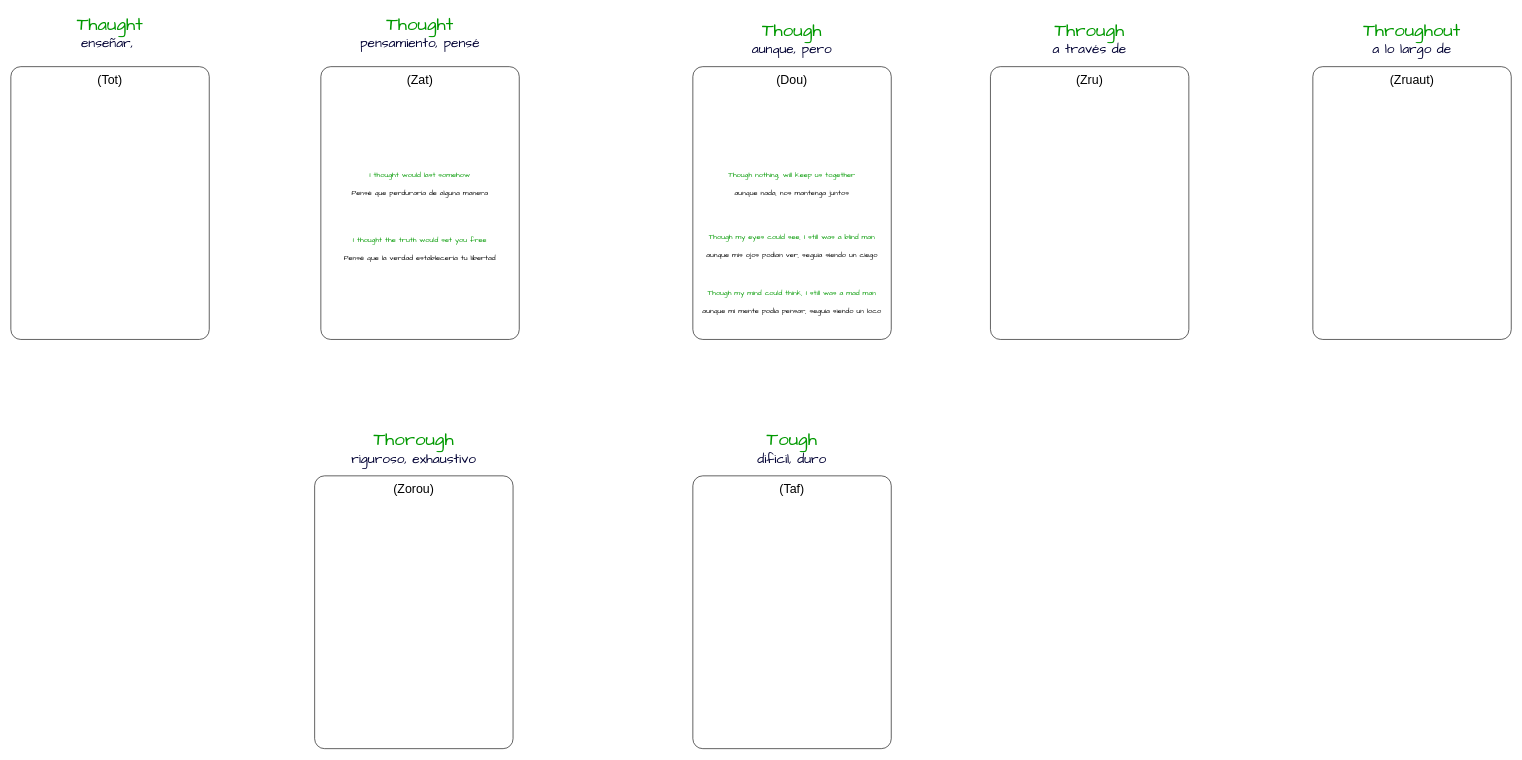
The draw.io diagram Tough Thought Though Through Throughout.drawio in FrancoJavierGadea/Ingles, before the edit. Source tidied: cells renumbered, new cells numbered last; positions are measured from the earlier drawing's top-left corner, leaving out a move shared by most shapes. Both pictures are drawn from the tidied source at 62%, with x=0, y=0 at pixel (11, 11).
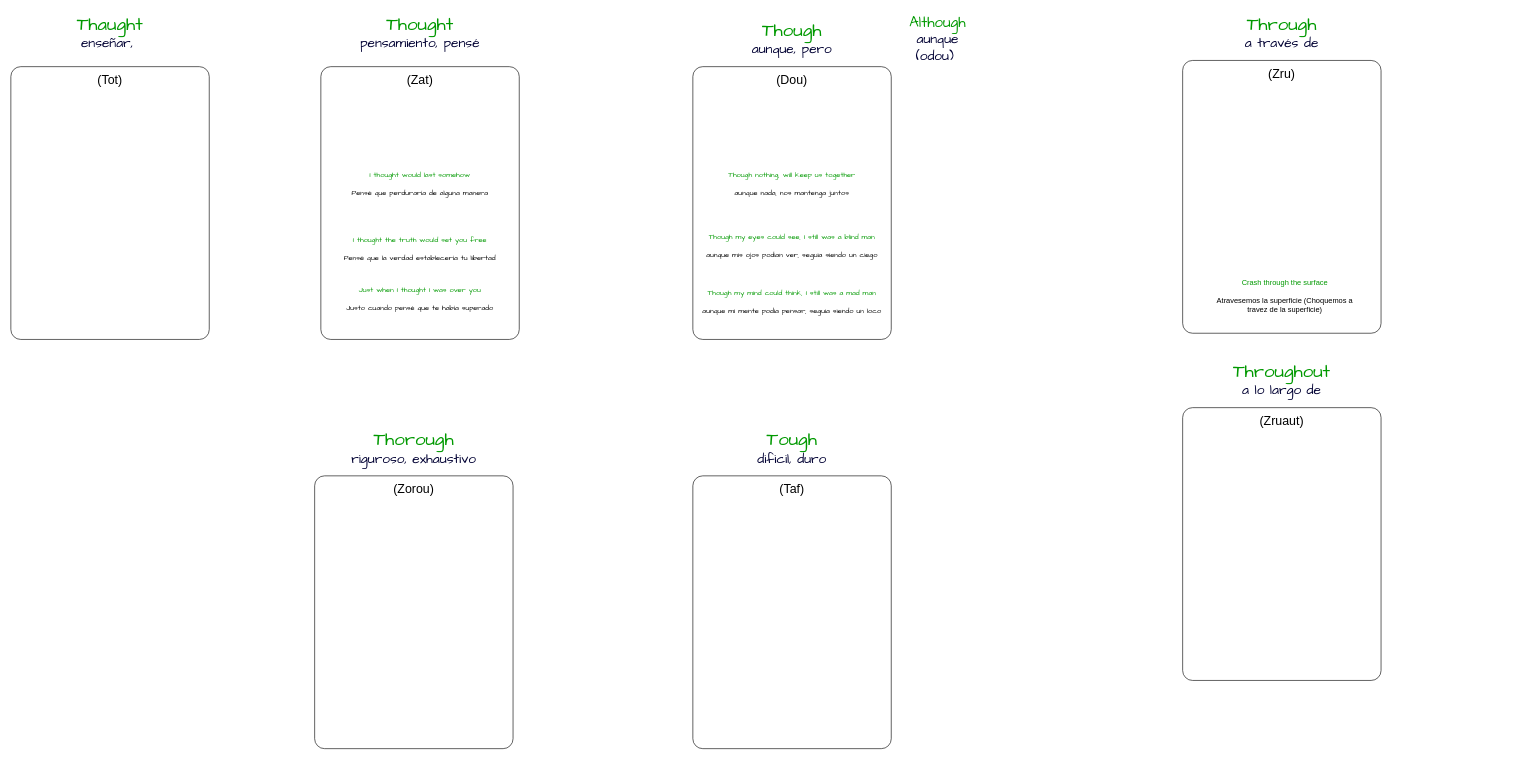
The same diagram, later.

Diff of the diagram source:
```diff
@@
     <mxCell id="8" style="rounded=1;whiteSpace=wrap;html=1;arcSize=5;" parent="1" vertex="1">
-      <mxGeometry x="1580" y="90" width="320" height="440" as="geometry" />
+      <mxGeometry x="1890" y="80" width="320" height="440" as="geometry" />
     </mxCell>
     <mxCell id="9" value="&lt;font face=&quot;Comic Sans MS&quot; style=&quot;&quot;&gt;&lt;font style=&quot;font-size: 30px;&quot; color=&quot;#009900&quot;&gt;Through&lt;/font&gt;&lt;br&gt;&lt;font color=&quot;#000033&quot;&gt;&lt;span style=&quot;font-size: 22px;&quot;&gt;a través&amp;nbsp;de&lt;/span&gt;&lt;/font&gt;&lt;br&gt;&lt;/font&gt;" style="text;html=1;strokeColor=none;fillColor=none;align=center;verticalAlign=middle;whiteSpace=wrap;rounded=0;" parent="1" vertex="1">
-      <mxGeometry x="1580" y="10" width="320" height="70" as="geometry" />
+      <mxGeometry x="1890" width="320" height="70" as="geometry" />
     </mxCell>
     <mxCell id="10" style="rounded=1;whiteSpace=wrap;html=1;arcSize=5;" parent="1" vertex="1">
-      <mxGeometry x="2100" y="90" width="320" height="440" as="geometry" />
+      <mxGeometry x="1890" y="640" width="320" height="440" as="geometry" />
     </mxCell>
     <mxCell id="11" value="&lt;font face=&quot;Comic Sans MS&quot; style=&quot;&quot;&gt;&lt;font style=&quot;font-size: 30px;&quot; color=&quot;#009900&quot;&gt;Throughout&lt;/font&gt;&lt;br&gt;&lt;font color=&quot;#000033&quot;&gt;&lt;span style=&quot;font-size: 22px;&quot;&gt;a lo largo de&lt;/span&gt;&lt;/font&gt;&lt;br&gt;&lt;/font&gt;" style="text;html=1;strokeColor=none;fillColor=none;align=center;verticalAlign=middle;whiteSpace=wrap;rounded=0;" parent="1" vertex="1">
-      <mxGeometry x="2100" y="10" width="320" height="70" as="geometry" />
+      <mxGeometry x="1890" y="560" width="320" height="70" as="geometry" />
     </mxCell>
@@
     <mxCell id="17" value="&lt;font style=&quot;font-size: 20px;&quot;&gt;(Zru)&lt;/font&gt;" style="text;html=1;strokeColor=none;fillColor=none;align=center;verticalAlign=middle;whiteSpace=wrap;rounded=0;" parent="1" vertex="1">
-      <mxGeometry x="1580" y="90" width="320" height="40" as="geometry" />
+      <mxGeometry x="1890" y="80" width="320" height="40" as="geometry" />
     </mxCell>
     <mxCell id="18" value="&lt;font style=&quot;font-size: 20px;&quot;&gt;(Zruaut)&lt;/font&gt;" style="text;html=1;strokeColor=none;fillColor=none;align=center;verticalAlign=middle;whiteSpace=wrap;rounded=0;" parent="1" vertex="1">
-      <mxGeometry x="2100" y="90" width="320" height="40" as="geometry" />
+      <mxGeometry x="1890" y="640" width="320" height="40" as="geometry" />
     </mxCell>
@@
+    <mxCell id="28" value="&lt;font color=&quot;#009900&quot;&gt;Crash through the surface&lt;br&gt;&lt;/font&gt;&lt;br&gt;Atravesemos la superficie (Choquemos a travez de la superficie)" style="text;html=1;strokeColor=none;fillColor=none;align=center;verticalAlign=middle;whiteSpace=wrap;rounded=0;" parent="1" vertex="1">
+      <mxGeometry x="1940" y="415" width="230" height="90" as="geometry" />
+    </mxCell>
+    <mxCell id="29" value="&lt;font face=&quot;Comic Sans MS&quot; style=&quot;&quot;&gt;&lt;font style=&quot;font-size: 24px;&quot; color=&quot;#009900&quot;&gt;Although&lt;/font&gt;&lt;br&gt;&lt;font style=&quot;font-size: 22px;&quot; color=&quot;#000033&quot;&gt;aunque&lt;br&gt;(odou)&amp;nbsp;&lt;/font&gt;&lt;br&gt;&lt;/font&gt;" style="text;html=1;strokeColor=none;fillColor=none;align=center;verticalAlign=middle;whiteSpace=wrap;rounded=0;" parent="1" vertex="1">
+      <mxGeometry x="1410" y="10" width="170" height="70" as="geometry" />
+    </mxCell>
+    <mxCell id="30" value="&lt;font color=&quot;#009900&quot;&gt;Just when I thought I was over you&lt;/font&gt;&lt;br&gt;&lt;br&gt;Justo cuando pensé que te había superado" style="text;html=1;strokeColor=none;fillColor=none;align=center;verticalAlign=middle;whiteSpace=wrap;rounded=0;fontFamily=Comic Sans MS;" parent="1" vertex="1">
+      <mxGeometry x="530" y="440" width="260" height="50" as="geometry" />
+    </mxCell>
```
